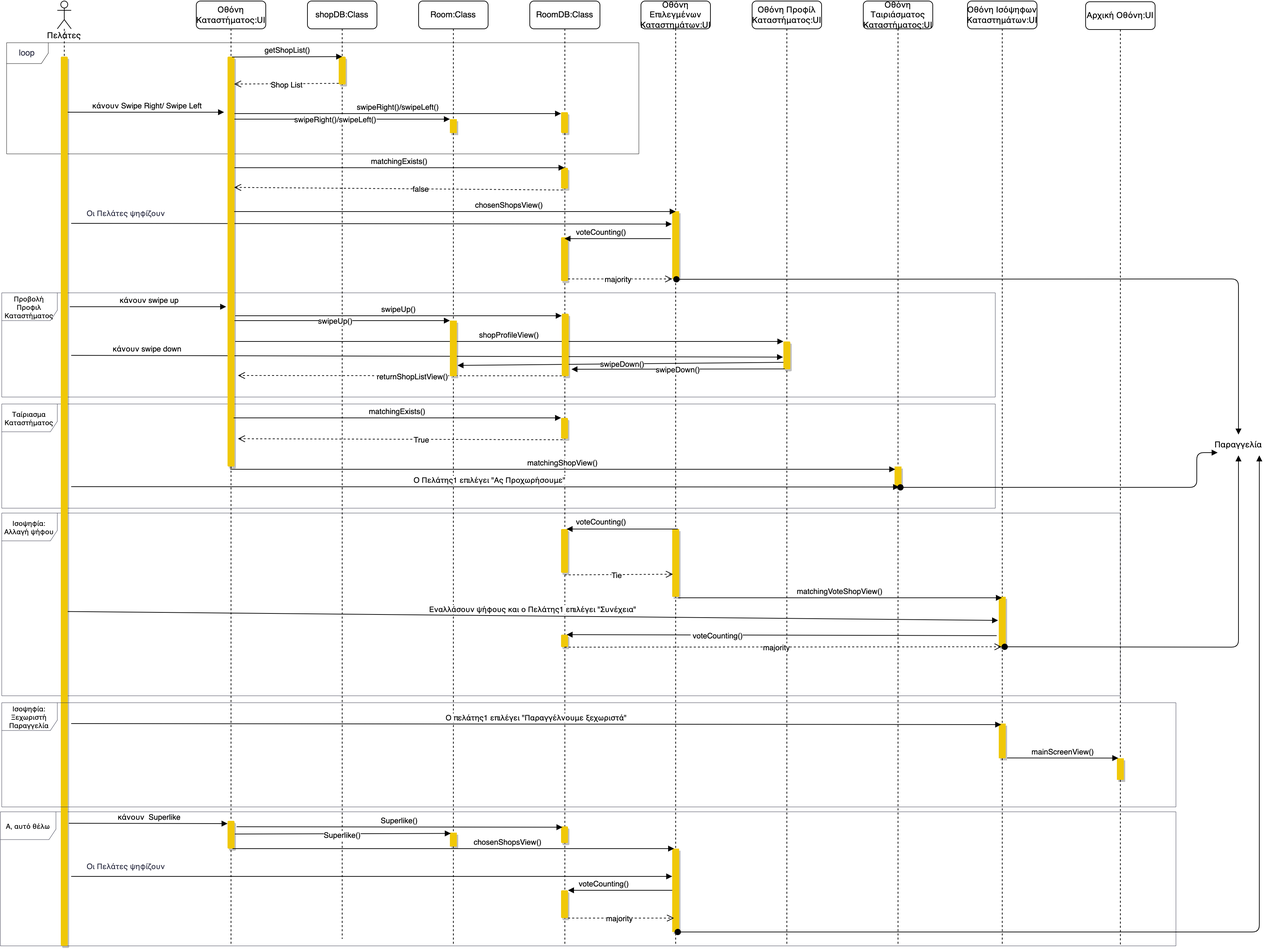
This is docs/final/nomnomr/Media/Sequence Diagrams/9.Ομαδική Επιλογή Καταστήματος.drawio.png from iloudaros/nomnomr, a draw.io export, as it was before one commit. Source tidied: cells renumbered, new cells last; positions are measured from the earlier drawing's top-left corner, leaving out a move shared by most shapes.
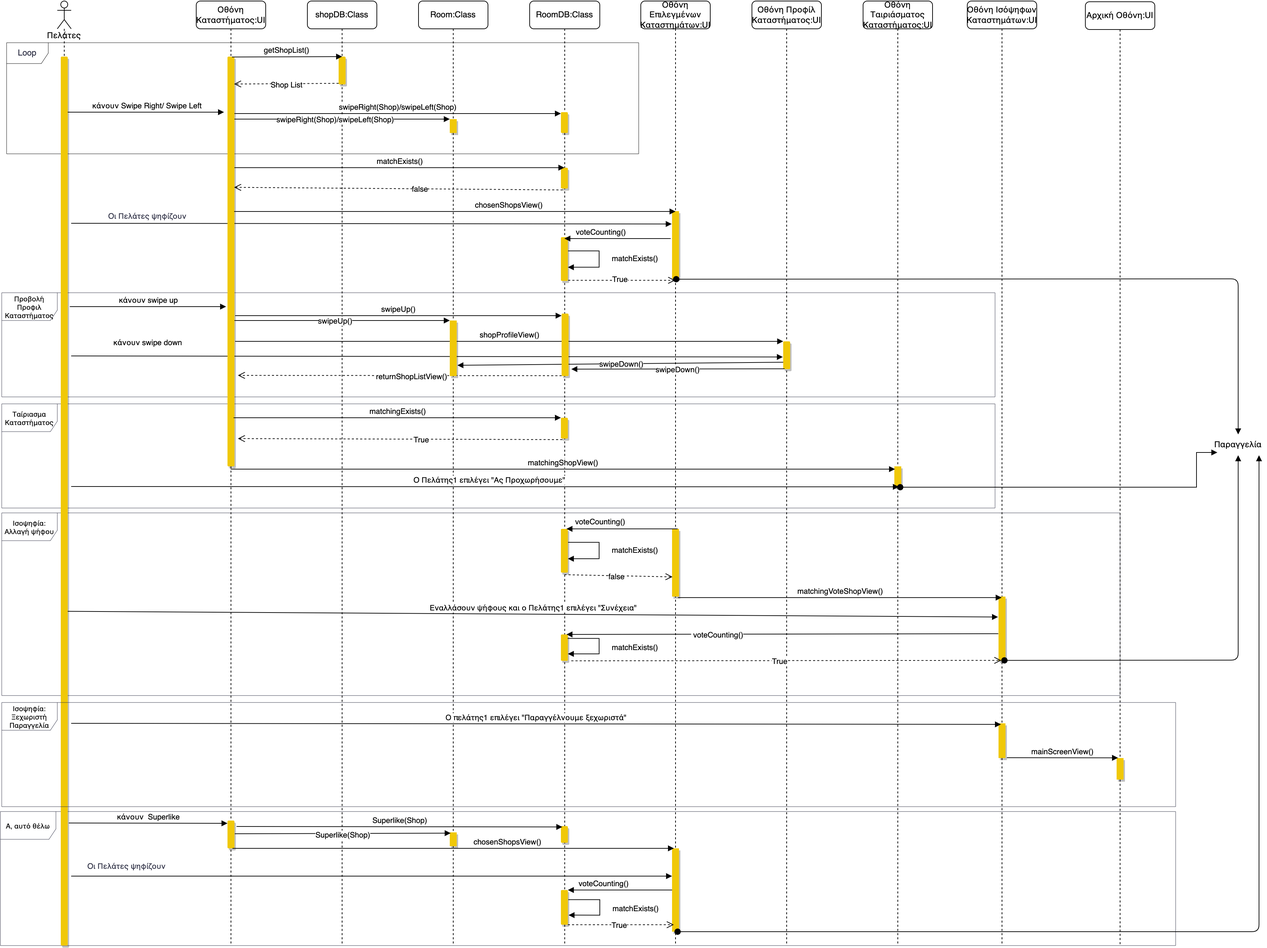
After the change.

What changed in the source:
```diff
@@ -29,10 +29,10 @@
     </mxCell>
     <mxCell id="9" value="Oι Πελάτες ψηφίζουν&amp;nbsp;" style="edgeLabel;html=1;align=center;verticalAlign=middle;fontColor=#2B2D42;" parent="8" vertex="1">
       <mxGeometry x="0.41" y="4" relative="1" as="geometry">
-        <mxPoint x="-528" y="-11" as="offset" />
+        <mxPoint x="-498" y="-7" as="offset" />
       </mxGeometry>
     </mxCell>
-    <mxCell id="10" value="loop" style="shape=umlFrame;whiteSpace=wrap;html=1;fontColor=#2B2D42;strokeWidth=0.5;" parent="1" vertex="1">
+    <mxCell id="10" value="Loop" style="shape=umlFrame;whiteSpace=wrap;html=1;fontColor=#2B2D42;strokeWidth=0.5;" parent="1" vertex="1">
       <mxGeometry x="9" y="60" width="910" height="160" as="geometry" />
     </mxCell>
     <mxCell id="11" value="Πελάτες" style="shape=umlLifeline;participant=umlActor;perimeter=lifelinePerimeter;whiteSpace=wrap;html=1;verticalAlign=top;spacingTop=36;" parent="1" vertex="1">
@@ -45,8 +45,8 @@
       <mxGeometry x="282" width="100" height="1360" as="geometry" />
     </mxCell>
     <mxCell id="14" value="κάνουν swipe down" style="html=1;verticalAlign=bottom;endArrow=block;rounded=0;entryX=-0.05;entryY=0.563;entryDx=0;entryDy=0;entryPerimeter=0;" parent="13" edge="1" target="24">
-      <mxGeometry x="-0.79" relative="1" as="geometry">
-        <mxPoint x="-180" y="510" as="sourcePoint" />
+      <mxGeometry x="-0.79" y="10" relative="1" as="geometry">
+        <mxPoint x="-180" y="511" as="sourcePoint" />
       </mxGeometry>
     </mxCell>
     <mxCell id="15" style="html=1;points=[];perimeter=orthogonalPerimeter;rounded=1;shadow=1;fillColor=#F0C808;strokeColor=none;" parent="13" vertex="1">
@@ -56,7 +56,7 @@
       <mxGeometry x="45" y="1180" width="10" height="40" as="geometry" />
     </mxCell>
     <mxCell id="17" value="shopDB:Class" style="shape=umlLifeline;perimeter=lifelinePerimeter;whiteSpace=wrap;html=1;rounded=1;shadow=0;fillColor=#FFFFFF;" parent="1" vertex="1">
-      <mxGeometry x="442" width="100" height="1350" as="geometry" />
+      <mxGeometry x="442" width="100" height="1360" as="geometry" />
     </mxCell>
     <mxCell id="18" style="html=1;perimeter=orthogonalPerimeter;rounded=1;shadow=1;fillColor=#F0C808;strokeColor=none;" parent="17" vertex="1">
       <mxGeometry x="45" y="80" width="10" height="40" as="geometry" />
@@ -94,15 +94,10 @@
     <mxCell id="26" style="html=1;points=[];perimeter=orthogonalPerimeter;rounded=0;shadow=1;fillColor=#F0C808;strokeColor=none;arcSize=50;" parent="25" vertex="1">
       <mxGeometry x="45" y="302.5" width="10" height="97.5" as="geometry" />
     </mxCell>
-    <mxCell id="27" value="majority" style="html=1;verticalAlign=bottom;endArrow=open;dashed=1;endSize=8;rounded=0;" parent="25" edge="1" source="48">
-      <mxGeometry x="-0.03" y="-10" relative="1" as="geometry">
-        <mxPoint x="45" y="400" as="targetPoint" />
-      </mxGeometry>
-    </mxCell>
     <mxCell id="28" style="html=1;points=[];perimeter=orthogonalPerimeter;rounded=0;shadow=1;fillColor=#F0C808;strokeColor=none;arcSize=50;" parent="25" vertex="1">
       <mxGeometry x="45" y="760" width="10" height="97.5" as="geometry" />
     </mxCell>
-    <mxCell id="29" value="Tie" style="html=1;verticalAlign=bottom;endArrow=open;dashed=1;endSize=8;rounded=0;entryX=0.1;entryY=0.667;entryDx=0;entryDy=0;entryPerimeter=0;" parent="25" edge="1" target="28">
+    <mxCell id="29" value="false" style="html=1;verticalAlign=bottom;endArrow=open;dashed=1;endSize=8;rounded=0;entryX=0.065;entryY=0.709;entryDx=0;entryDy=0;entryPerimeter=0;" parent="25" edge="1" target="28">
       <mxGeometry x="-0.03" y="-10" relative="1" as="geometry">
         <mxPoint x="-110" y="826" as="sourcePoint" />
       </mxGeometry>
@@ -114,7 +109,7 @@
       <mxGeometry x="1392" width="100" height="1360" as="geometry" />
     </mxCell>
     <mxCell id="32" style="html=1;points=[];perimeter=orthogonalPerimeter;rounded=0;shadow=1;fillColor=#F0C808;strokeColor=none;arcSize=50;" parent="31" vertex="1">
-      <mxGeometry x="45" y="857.5" width="10" height="72.5" as="geometry" />
+      <mxGeometry x="45" y="857.5" width="10" height="92.5" as="geometry" />
     </mxCell>
     <mxCell id="33" style="html=1;points=[];perimeter=orthogonalPerimeter;rounded=0;shadow=1;fillColor=#F0C808;strokeColor=none;arcSize=50;" parent="31" vertex="1">
       <mxGeometry x="45" y="1040" width="10" height="50" as="geometry" />
@@ -162,10 +157,10 @@
       </mxGeometry>
     </mxCell>
     <mxCell id="45" style="html=1;points=[];perimeter=orthogonalPerimeter;rounded=1;shadow=1;fillColor=#F0C808;strokeColor=none;" parent="41" vertex="1">
-      <mxGeometry x="45" y="912" width="10" height="18" as="geometry" />
+      <mxGeometry x="45" y="912" width="10" height="38" as="geometry" />
     </mxCell>
     <mxCell id="46" style="html=1;perimeter=orthogonalPerimeter;rounded=1;shadow=1;fillColor=#F0C808;strokeColor=none;" parent="41" vertex="1">
-      <mxGeometry x="45" y="1280" width="10" height="40" as="geometry" />
+      <mxGeometry x="45" y="1280" width="10" height="50" as="geometry" />
     </mxCell>
     <mxCell id="47" style="html=1;perimeter=orthogonalPerimeter;rounded=1;shadow=1;fillColor=#F0C808;strokeColor=none;" parent="41" vertex="1">
       <mxGeometry x="45" y="240" width="10" height="30" as="geometry" />
@@ -176,28 +171,57 @@
     <mxCell id="49" style="html=1;points=[];perimeter=orthogonalPerimeter;rounded=1;shadow=1;fillColor=#F0C808;strokeColor=none;" parent="41" vertex="1">
       <mxGeometry x="45" y="600" width="10" height="30" as="geometry" />
     </mxCell>
-    <mxCell id="50" value="majority" style="html=1;verticalAlign=bottom;endArrow=open;dashed=1;endSize=8;rounded=0;" parent="41" edge="1">
+    <mxCell id="50" value="True" style="html=1;verticalAlign=bottom;endArrow=open;dashed=1;endSize=8;rounded=0;" parent="41" edge="1">
       <mxGeometry x="-0.03" y="-10" relative="1" as="geometry">
-        <mxPoint x="55" y="1320" as="sourcePoint" />
-        <mxPoint x="207.5" y="1320" as="targetPoint" />
+        <mxPoint x="55" y="1330" as="sourcePoint" />
+        <mxPoint x="207.5" y="1330" as="targetPoint" />
       </mxGeometry>
     </mxCell>
     <mxCell id="51" style="html=1;points=[];perimeter=orthogonalPerimeter;rounded=1;shadow=1;fillColor=#F0C808;strokeColor=none;" parent="41" vertex="1">
       <mxGeometry x="45" y="1188" width="10" height="24" as="geometry" />
     </mxCell>
+    <mxCell id="87" value="&amp;nbsp;matchExists()" style="html=1;verticalAlign=bottom;endArrow=block;rounded=0;exitX=1.031;exitY=0.308;exitDx=0;exitDy=0;exitPerimeter=0;edgeStyle=orthogonalEdgeStyle;" parent="41" edge="1" source="43" target="43">
+      <mxGeometry x="0.15" y="50" relative="1" as="geometry">
+        <Array as="points">
+          <mxPoint x="100" y="779" />
+          <mxPoint x="100" y="803" />
+        </Array>
+      </mxGeometry>
+    </mxCell>
+    <mxCell id="88" value="&amp;nbsp;matchExists()" style="html=1;verticalAlign=bottom;endArrow=block;rounded=0;exitX=1.031;exitY=0.308;exitDx=0;exitDy=0;exitPerimeter=0;edgeStyle=orthogonalEdgeStyle;" parent="41" edge="1">
+      <mxGeometry x="0.15" y="50" relative="1" as="geometry">
+        <mxPoint x="55.3" y="359.7" as="sourcePoint" />
+        <mxPoint x="55" y="383.3" as="targetPoint" />
+        <Array as="points">
+          <mxPoint x="100" y="359.3" />
+          <mxPoint x="100" y="383.3" />
+        </Array>
+      </mxGeometry>
+    </mxCell>
+    <mxCell id="89" value="&amp;nbsp;matchExists()" style="html=1;verticalAlign=bottom;endArrow=block;rounded=0;exitX=0.967;exitY=0.151;exitDx=0;exitDy=0;exitPerimeter=0;edgeStyle=orthogonalEdgeStyle;" parent="41" edge="1">
+      <mxGeometry x="0.2" y="-50" relative="1" as="geometry">
+        <mxPoint x="55.7" y="1293.9" as="sourcePoint" />
+        <mxPoint x="56" y="1316.2" as="targetPoint" />
+        <Array as="points">
+          <mxPoint x="101" y="1294.2" />
+          <mxPoint x="101" y="1316.2" />
+        </Array>
+        <mxPoint x="50" y="50" as="offset" />
+      </mxGeometry>
+    </mxCell>
-    <mxCell id="52" value="swipeRight()/swipeLeft()" style="html=1;verticalAlign=bottom;endArrow=block;rounded=0;" parent="1" edge="1">
+    <mxCell id="52" value="swipeRight(Shop)/swipeLeft(Shop)" style="html=1;verticalAlign=bottom;endArrow=block;rounded=0;" parent="1" edge="1">
       <mxGeometry relative="1" as="geometry">
         <mxPoint x="337" y="162" as="sourcePoint" />
         <mxPoint x="807" y="162" as="targetPoint" />
       </mxGeometry>
     </mxCell>
-    <mxCell id="53" value="swipeRight()/swipeLeft()" style="html=1;verticalAlign=bottom;endArrow=block;rounded=0;" parent="1" edge="1">
+    <mxCell id="53" value="swipeRight(Shop)/swipeLeft(Shop)" style="html=1;verticalAlign=bottom;endArrow=block;rounded=0;" parent="1" edge="1">
       <mxGeometry x="-0.06" y="-10" relative="1" as="geometry">
         <mxPoint x="337" y="170" as="sourcePoint" />
         <mxPoint x="647" y="170" as="targetPoint" />
       </mxGeometry>
     </mxCell>
-    <mxCell id="54" value="matchingExists()" style="html=1;verticalAlign=bottom;endArrow=block;rounded=0;exitX=1.2;exitY=0.271;exitDx=0;exitDy=0;exitPerimeter=0;" parent="1" edge="1" target="41">
+    <mxCell id="54" value="matchExists()" style="html=1;verticalAlign=bottom;endArrow=block;rounded=0;exitX=1.2;exitY=0.271;exitDx=0;exitDy=0;exitPerimeter=0;" parent="1" edge="1" target="41">
       <mxGeometry relative="1" as="geometry">
         <mxPoint x="337" y="239.9" as="sourcePoint" />
       </mxGeometry>
@@ -233,7 +257,7 @@
     <mxCell id="62" style="html=1;verticalAlign=bottom;startArrow=oval;startFill=1;endArrow=block;startSize=8;rounded=1;entryX=0.5;entryY=1;entryDx=0;entryDy=0;exitX=0.85;exitY=0.993;exitDx=0;exitDy=0;exitPerimeter=0;" parent="1" edge="1" source="32" target="63">
       <mxGeometry x="0.68" relative="1" as="geometry">
         <Array as="points">
-          <mxPoint x="1782" y="930" />
+          <mxPoint x="1782" y="949" />
         </Array>
       </mxGeometry>
     </mxCell>
@@ -252,9 +276,10 @@
       </mxGeometry>
     </mxCell>
     <mxCell id="66" value="κάνουν swipe up" style="html=1;verticalAlign=bottom;endArrow=block;rounded=0;" parent="1" edge="1">
-      <mxGeometry x="0.01" relative="1" as="geometry">
+      <mxGeometry relative="1" as="geometry">
         <mxPoint x="100" y="440" as="sourcePoint" />
         <mxPoint x="325" y="440" as="targetPoint" />
+        <mxPoint x="1" as="offset" />
       </mxGeometry>
     </mxCell>
     <mxCell id="67" style="html=1;points=[];perimeter=orthogonalPerimeter;rounded=1;shadow=1;fillColor=#F0C808;strokeColor=none;" parent="1" vertex="1">
@@ -279,7 +304,7 @@
         <mxPoint x="102" y="699" as="sourcePoint" />
       </mxGeometry>
     </mxCell>
-    <mxCell id="72" style="html=1;verticalAlign=bottom;startArrow=oval;startFill=1;endArrow=block;startSize=8;rounded=1;exitX=0.85;exitY=1;exitDx=0;exitDy=0;exitPerimeter=0;" parent="1" edge="1" source="59">
+    <mxCell id="72" style="html=1;verticalAlign=bottom;startArrow=oval;startFill=1;endArrow=block;startSize=8;rounded=0;exitX=0.85;exitY=1;exitDx=0;exitDy=0;exitPerimeter=0;" parent="1" edge="1" source="59">
       <mxGeometry y="10" relative="1" as="geometry">
         <mxPoint x="1752" y="650" as="targetPoint" />
         <Array as="points">
@@ -291,15 +316,15 @@
     <mxCell id="73" value="matchingVoteShopView()" style="html=1;verticalAlign=bottom;endArrow=block;rounded=0;exitX=0.85;exitY=1.015;exitDx=0;exitDy=0;exitPerimeter=0;" parent="1" edge="1" source="28" target="31">
       <mxGeometry relative="1" as="geometry" />
     </mxCell>
-    <mxCell id="74" value="Εναλλάσουν ψήφους και ο Πελάτης1 επιλέγει &quot;Συνέχεια&quot;" style="html=1;verticalAlign=bottom;endArrow=block;rounded=0;exitX=1;exitY=0.624;exitDx=0;exitDy=0;exitPerimeter=0;entryX=-0.1;entryY=0.469;entryDx=0;entryDy=0;entryPerimeter=0;" parent="1" edge="1" source="12" target="32">
+    <mxCell id="74" value="Εναλλάσουν ψήφους και ο Πελάτης1 επιλέγει &quot;Συνέχεια&quot;" style="html=1;verticalAlign=bottom;endArrow=block;rounded=0;exitX=1;exitY=0.624;exitDx=0;exitDy=0;exitPerimeter=0;entryX=-0.075;entryY=0.318;entryDx=0;entryDy=0;entryPerimeter=0;" parent="1" edge="1" source="12" target="32">
       <mxGeometry relative="1" as="geometry" />
     </mxCell>
-    <mxCell id="75" value="&amp;nbsp;voteCounting()" style="html=1;verticalAlign=bottom;endArrow=block;rounded=0;entryX=0.8;entryY=0;entryDx=0;entryDy=0;entryPerimeter=0;exitX=-0.3;exitY=0.772;exitDx=0;exitDy=0;exitPerimeter=0;" parent="1" edge="1" source="32" target="45">
+    <mxCell id="75" value="&amp;nbsp;voteCounting()" style="html=1;verticalAlign=bottom;endArrow=block;rounded=0;entryX=0.8;entryY=0;entryDx=0;entryDy=0;entryPerimeter=0;exitX=-0.033;exitY=0.578;exitDx=0;exitDy=0;exitPerimeter=0;" parent="1" edge="1" source="32" target="45">
       <mxGeometry x="0.3" y="10" relative="1" as="geometry" />
     </mxCell>
-    <mxCell id="76" value="majority" style="html=1;verticalAlign=bottom;endArrow=open;dashed=1;endSize=8;rounded=0;entryX=0.4;entryY=0.993;entryDx=0;entryDy=0;entryPerimeter=0;" parent="1" edge="1" target="32">
+    <mxCell id="76" value="True" style="html=1;verticalAlign=bottom;endArrow=open;dashed=1;endSize=8;rounded=0;entryX=0.4;entryY=0.993;entryDx=0;entryDy=0;entryPerimeter=0;" parent="1" edge="1" target="32">
       <mxGeometry x="-0.03" y="-10" relative="1" as="geometry">
-        <mxPoint x="812" y="930" as="sourcePoint" />
+        <mxPoint x="822" y="950" as="sourcePoint" />
       </mxGeometry>
     </mxCell>
     <mxCell id="77" value="mainScreenView()" style="html=1;verticalAlign=bottom;endArrow=block;rounded=0;exitX=1.2;exitY=0.99;exitDx=0;exitDy=0;exitPerimeter=0;entryX=0.2;entryY=-0.01;entryDx=0;entryDy=0;entryPerimeter=0;" parent="1" edge="1" source="33" target="57">
@@ -338,10 +363,10 @@
         <mxPoint x="327" y="1184" as="targetPoint" />
       </mxGeometry>
     </mxCell>
-    <mxCell id="84" value="Superlike()" style="html=1;verticalAlign=bottom;endArrow=block;rounded=0;entryX=0.2;entryY=0.05;entryDx=0;entryDy=0;entryPerimeter=0;exitX=1.3;exitY=0.213;exitDx=0;exitDy=0;exitPerimeter=0;" parent="1" edge="1" source="16" target="51">
+    <mxCell id="84" value="Superlike(Shop)" style="html=1;verticalAlign=bottom;endArrow=block;rounded=0;entryX=0.2;entryY=0.05;entryDx=0;entryDy=0;entryPerimeter=0;exitX=1.3;exitY=0.213;exitDx=0;exitDy=0;exitPerimeter=0;" parent="1" edge="1" source="16" target="51">
       <mxGeometry relative="1" as="geometry" />
     </mxCell>
-    <mxCell id="85" value="Superlike()" style="html=1;verticalAlign=bottom;endArrow=block;rounded=0;entryX=0.129;entryY=0.057;entryDx=0;entryDy=0;entryPerimeter=0;" parent="1" edge="1" target="40">
+    <mxCell id="85" value="Superlike(Shop)" style="html=1;verticalAlign=bottom;endArrow=block;rounded=0;entryX=0.129;entryY=0.057;entryDx=0;entryDy=0;entryPerimeter=0;" parent="1" edge="1" target="40">
       <mxGeometry x="-0.01" y="-11" relative="1" as="geometry">
         <mxPoint x="337.5" y="1199" as="sourcePoint" />
         <mxPoint x="1" as="offset" />
@@ -353,5 +378,18 @@
         <mxPoint x="969.8" y="1220" as="targetPoint" />
       </mxGeometry>
     </mxCell>
+    <mxCell id="90" value="True" style="html=1;verticalAlign=bottom;endArrow=open;dashed=1;endSize=8;rounded=0;exitX=1.048;exitY=0.986;exitDx=0;exitDy=0;exitPerimeter=0;" parent="1" edge="1" source="48" target="25">
+      <mxGeometry x="-0.03" y="-8" relative="1" as="geometry" />
+    </mxCell>
+    <mxCell id="91" value="&amp;nbsp;matchExists()" style="html=1;verticalAlign=bottom;endArrow=block;rounded=0;exitX=0.967;exitY=0.151;exitDx=0;exitDy=0;exitPerimeter=0;edgeStyle=orthogonalEdgeStyle;" parent="1" edge="1" source="45">
+      <mxGeometry x="0.2" y="-50" relative="1" as="geometry">
+        <mxPoint x="817" y="940" as="targetPoint" />
+        <Array as="points">
+          <mxPoint x="862" y="918" />
+          <mxPoint x="862" y="940" />
+        </Array>
+        <mxPoint x="50" y="50" as="offset" />
+      </mxGeometry>
+    </mxCell>
   </root>
 </mxGraphModel>
```
